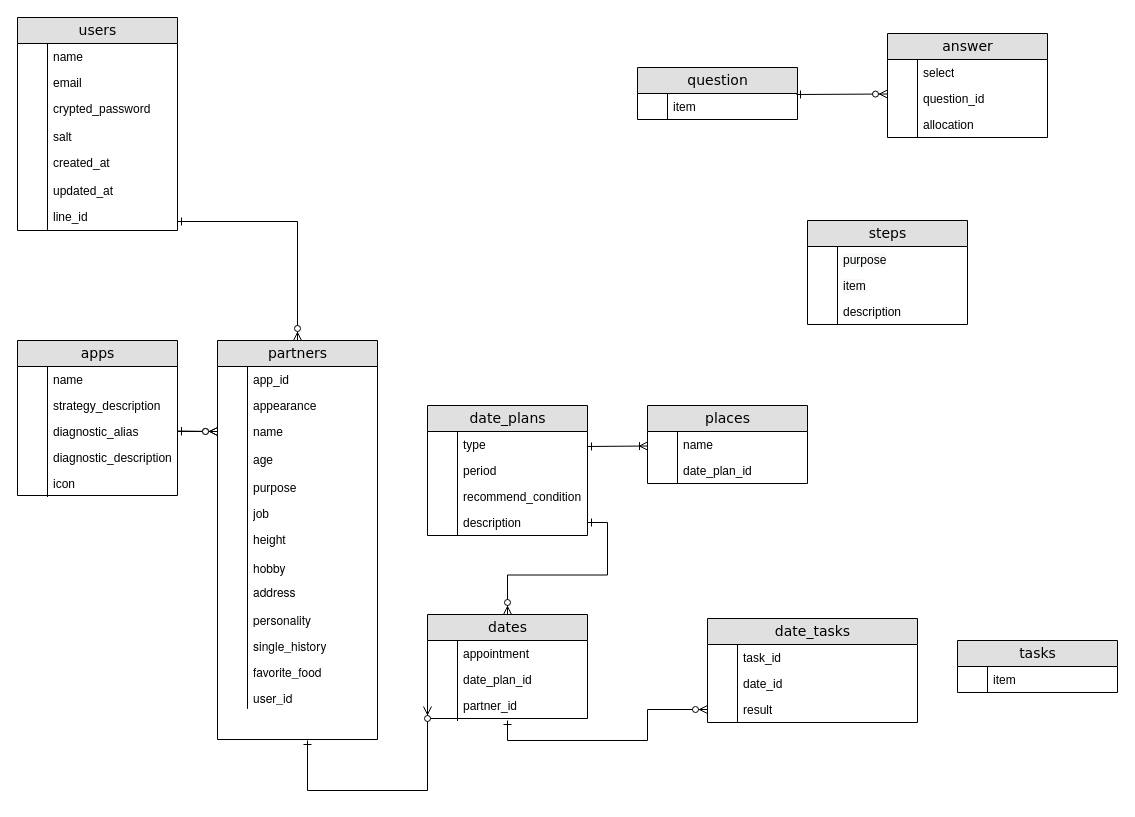
The draw.io diagram Untitled Diagram.drawio in kstar0102/ryuki0102, before the edit. Source tidied: cells renumbered, new cells numbered last; positions are measured from the earlier drawing's top-left corner, leaving out a move shared by most shapes. Both pictures are drawn from the tidied source at 100%, with x=0, y=0 at pixel (17, 17).
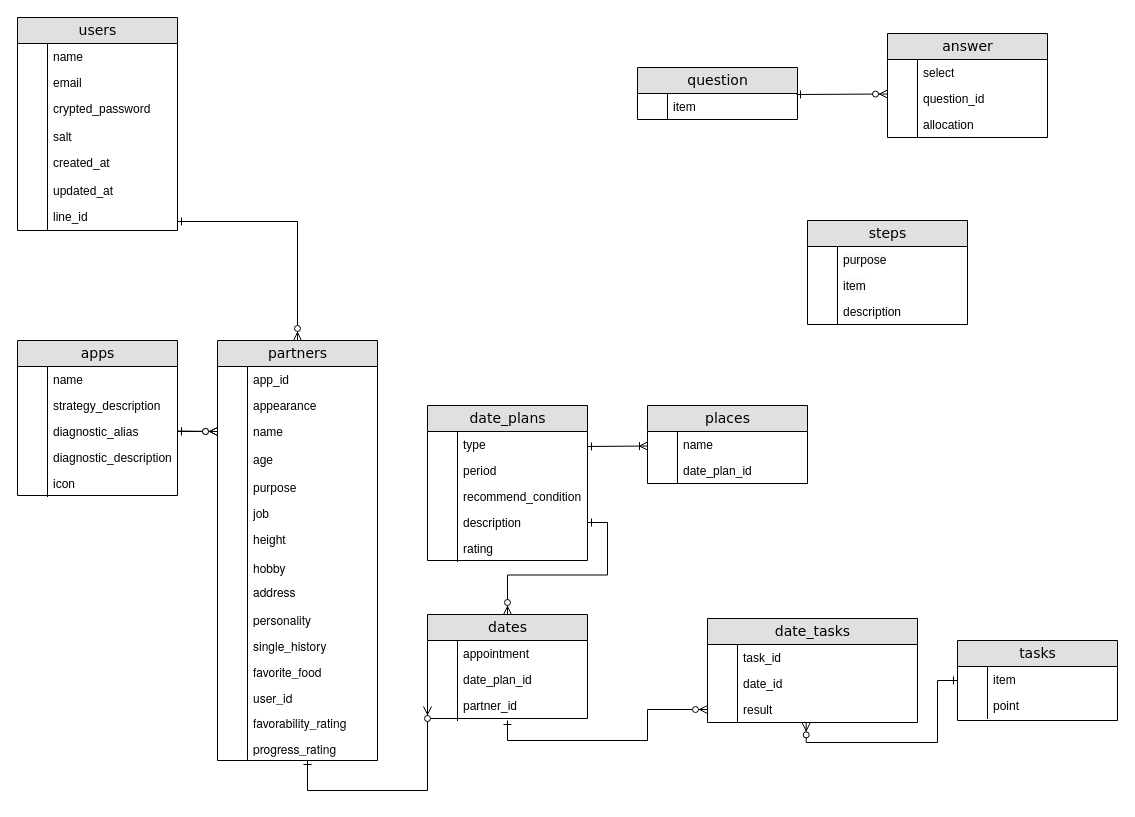
Above is the later version.

The change refers to these unchanged cells:
```xml
<mxCell id="53" value="result" style="shape=partialRectangle;top=0;left=0;right=0;bottom=0;html=1;align=left;verticalAlign=top;fillColor=none;spacingLeft=34;spacingRight=4;whiteSpace=wrap;overflow=hidden;points=[[0,0.5],[1,0.5]];portConstraint=eastwest;" parent="48" vertex="1">
  <mxGeometry y="78" width="210" height="26" as="geometry" />
</mxCell>
<mxCell id="111" value="partner_id" style="shape=partialRectangle;top=0;left=0;right=0;bottom=0;html=1;align=left;verticalAlign=top;fillColor=none;spacingLeft=34;spacingRight=4;whiteSpace=wrap;overflow=hidden;points=[[0,0.5],[1,0.5]];portConstraint=eastwest;" parent="1" vertex="1">
  <mxGeometry x="410" y="675" width="160" height="28" as="geometry" />
</mxCell>
```

The edit, as a diff of the source:
```diff
@@
     <mxCell id="19" value="partners" style="swimlane;html=1;fontStyle=0;horizontal=1;startSize=26;fillColor=#e0e0e0;swimlaneFillColor=#ffffff;align=center;rounded=0;shadow=0;comic=0;labelBackgroundColor=none;strokeWidth=1;fontFamily=Verdana;fontSize=14;" parent="1" vertex="1">
-      <mxGeometry x="200" y="323" width="160" height="399" as="geometry" />
+      <mxGeometry x="200" y="323" width="160" height="420" as="geometry" />
     </mxCell>
@@
     <mxCell id="63" value="date_plans" style="swimlane;html=1;fontStyle=0;horizontal=1;startSize=26;fillColor=#e0e0e0;swimlaneFillColor=#ffffff;align=center;rounded=0;shadow=0;comic=0;labelBackgroundColor=none;strokeWidth=1;fontFamily=Verdana;fontSize=14;" parent="1" vertex="1">
-      <mxGeometry x="410" y="388" width="160" height="130" as="geometry" />
+      <mxGeometry x="410" y="388" width="160" height="155" as="geometry" />
     </mxCell>
@@
     <mxCell id="110" style="edgeStyle=orthogonalEdgeStyle;rounded=0;jettySize=auto;html=1;exitX=0;exitY=0.5;exitDx=0;exitDy=0;startArrow=ERzeroToMany;startFill=1;endArrow=ERone;endFill=0;" parent="1" edge="1" source="111">
       <mxGeometry relative="1" as="geometry">
-        <mxPoint x="290" y="723" as="targetPoint" />
+        <mxPoint x="290" y="743" as="targetPoint" />
         <Array as="points">
           <mxPoint x="410" y="773" />
           <mxPoint x="290" y="773" />
         </Array>
       </mxGeometry>
     </mxCell>
@@
+    <mxCell id="117" style="edgeStyle=orthogonalEdgeStyle;rounded=0;jettySize=auto;html=1;exitX=0;exitY=0.5;exitDx=0;exitDy=0;startArrow=ERone;startFill=0;endArrow=ERzeroToMany;endFill=1;entryX=0.47;entryY=1.014;entryDx=0;entryDy=0;entryPerimeter=0;" parent="1" edge="1" source="114" target="53">
+      <mxGeometry relative="1" as="geometry" />
+    </mxCell>
     <mxCell id="114" value="tasks" style="swimlane;html=1;fontStyle=0;horizontal=1;startSize=26;fillColor=#e0e0e0;swimlaneFillColor=#ffffff;align=center;rounded=0;shadow=0;comic=0;labelBackgroundColor=none;strokeWidth=1;fontFamily=Verdana;fontSize=14;" parent="1" vertex="1">
-      <mxGeometry x="940" y="623" width="160" height="52" as="geometry" />
+      <mxGeometry x="940" y="623" width="160" height="80" as="geometry" />
     </mxCell>
@@
+    <mxCell id="118" value="point" style="shape=partialRectangle;top=0;left=0;right=0;bottom=0;html=1;align=left;verticalAlign=top;fillColor=none;spacingLeft=34;spacingRight=4;whiteSpace=wrap;overflow=hidden;" parent="1" vertex="1">
+      <mxGeometry x="940" y="675" width="160" height="26" as="geometry" />
+    </mxCell>
+    <mxCell id="119" style="shape=partialRectangle;top=0;left=0;bottom=0;html=1;fillColor=none;align=left;verticalAlign=top;spacingLeft=4;spacingRight=4;whiteSpace=wrap;overflow=hidden;" parent="118" vertex="1">
+      <mxGeometry width="30" height="26" as="geometry" />
+    </mxCell>
+    <mxCell id="120" value="&lt;p class=&quot;p1&quot; style=&quot;margin: 0px ; font-stretch: normal ; line-height: normal&quot;&gt;&lt;font face=&quot;helvetica neue&quot;&gt;favorability_rating&lt;/font&gt;&lt;/p&gt;" style="shape=partialRectangle;top=0;left=0;right=0;bottom=0;html=1;align=left;verticalAlign=top;fillColor=none;spacingLeft=34;spacingRight=4;whiteSpace=wrap;overflow=hidden;" parent="1" vertex="1">
+      <mxGeometry x="200" y="690" width="160" height="36" as="geometry" />
+    </mxCell>
+    <mxCell id="121" style="shape=partialRectangle;top=0;left=0;bottom=0;html=1;fillColor=none;align=left;verticalAlign=top;spacingLeft=4;spacingRight=4;whiteSpace=wrap;overflow=hidden;" parent="120" vertex="1">
+      <mxGeometry width="30" height="25.9" as="geometry" />
+    </mxCell>
+    <mxCell id="122" value="&lt;p class=&quot;p1&quot; style=&quot;margin: 0px ; font-stretch: normal ; line-height: normal&quot;&gt;&lt;font face=&quot;helvetica neue&quot;&gt;progress_rating&lt;/font&gt;&lt;/p&gt;" style="shape=partialRectangle;top=0;left=0;right=0;bottom=0;html=1;align=left;verticalAlign=top;fillColor=none;spacingLeft=34;spacingRight=4;whiteSpace=wrap;overflow=hidden;" parent="1" vertex="1">
+      <mxGeometry x="200" y="716" width="160" height="36" as="geometry" />
+    </mxCell>
+    <mxCell id="123" style="shape=partialRectangle;top=0;left=0;bottom=0;html=1;fillColor=none;align=left;verticalAlign=top;spacingLeft=4;spacingRight=4;whiteSpace=wrap;overflow=hidden;" parent="122" vertex="1">
+      <mxGeometry width="30" height="25.9" as="geometry" />
+    </mxCell>
+    <mxCell id="124" value="rating" style="shape=partialRectangle;top=0;left=0;right=0;bottom=0;html=1;align=left;verticalAlign=top;fillColor=none;spacingLeft=34;spacingRight=4;whiteSpace=wrap;overflow=hidden;" parent="1" vertex="1">
+      <mxGeometry x="410" y="518" width="160" height="26" as="geometry" />
+    </mxCell>
+    <mxCell id="125" style="shape=partialRectangle;top=0;left=0;bottom=0;html=1;fillColor=none;align=left;verticalAlign=top;spacingLeft=4;spacingRight=4;whiteSpace=wrap;overflow=hidden;" parent="124" vertex="1">
+      <mxGeometry width="30" height="26" as="geometry" />
+    </mxCell>
```
